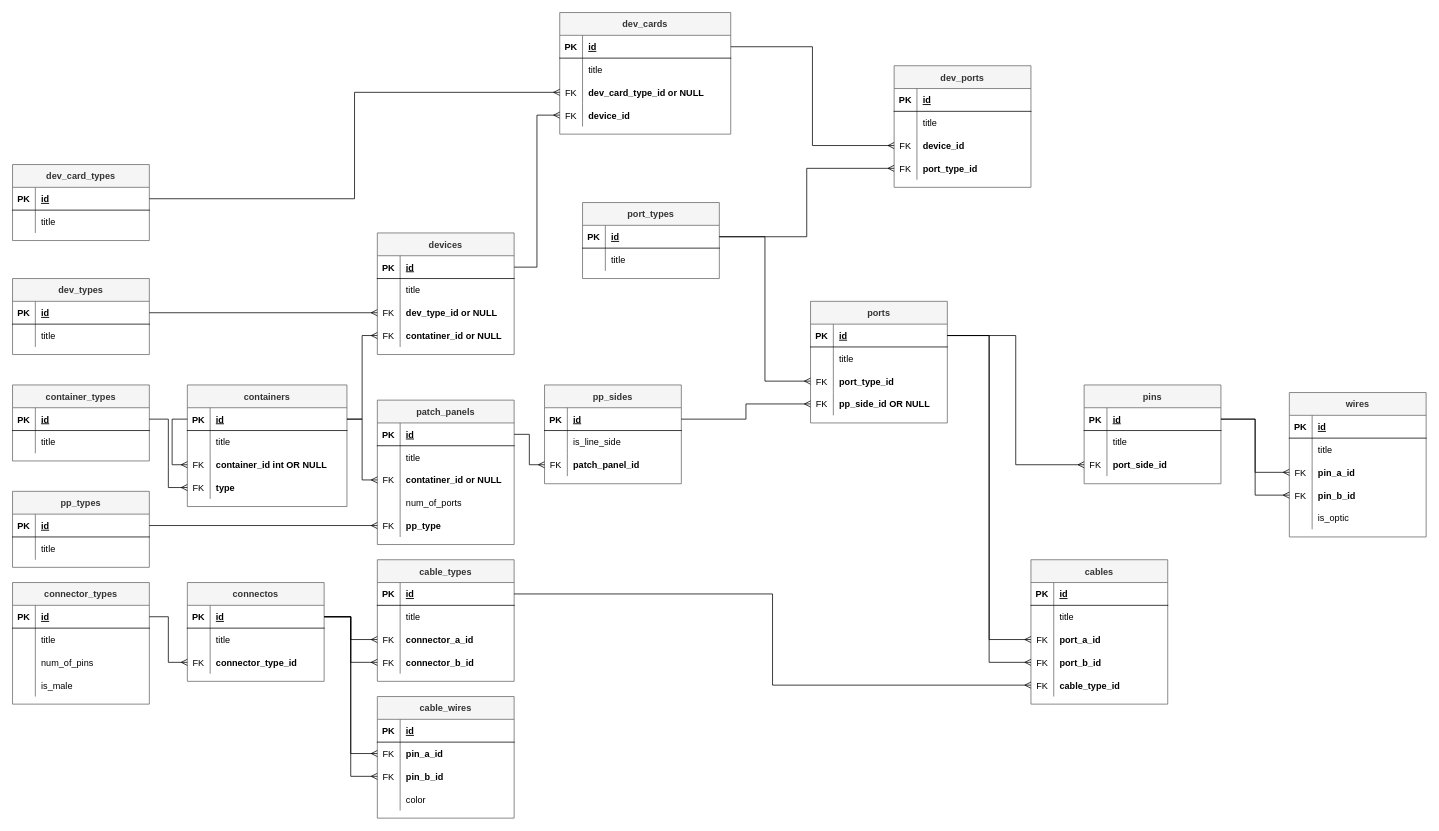
Zakharlik/CableSchedule keeps this draw.io diagram as ToDo/Db-Structure.drawio. Above is the earlier version. Source tidied: cells renumbered, new cells numbered last; positions are measured from the earlier drawing's top-left corner, leaving out a move shared by most shapes. Both pictures are drawn from the tidied source at 76%, with x=0, y=0 at pixel (12, 12).
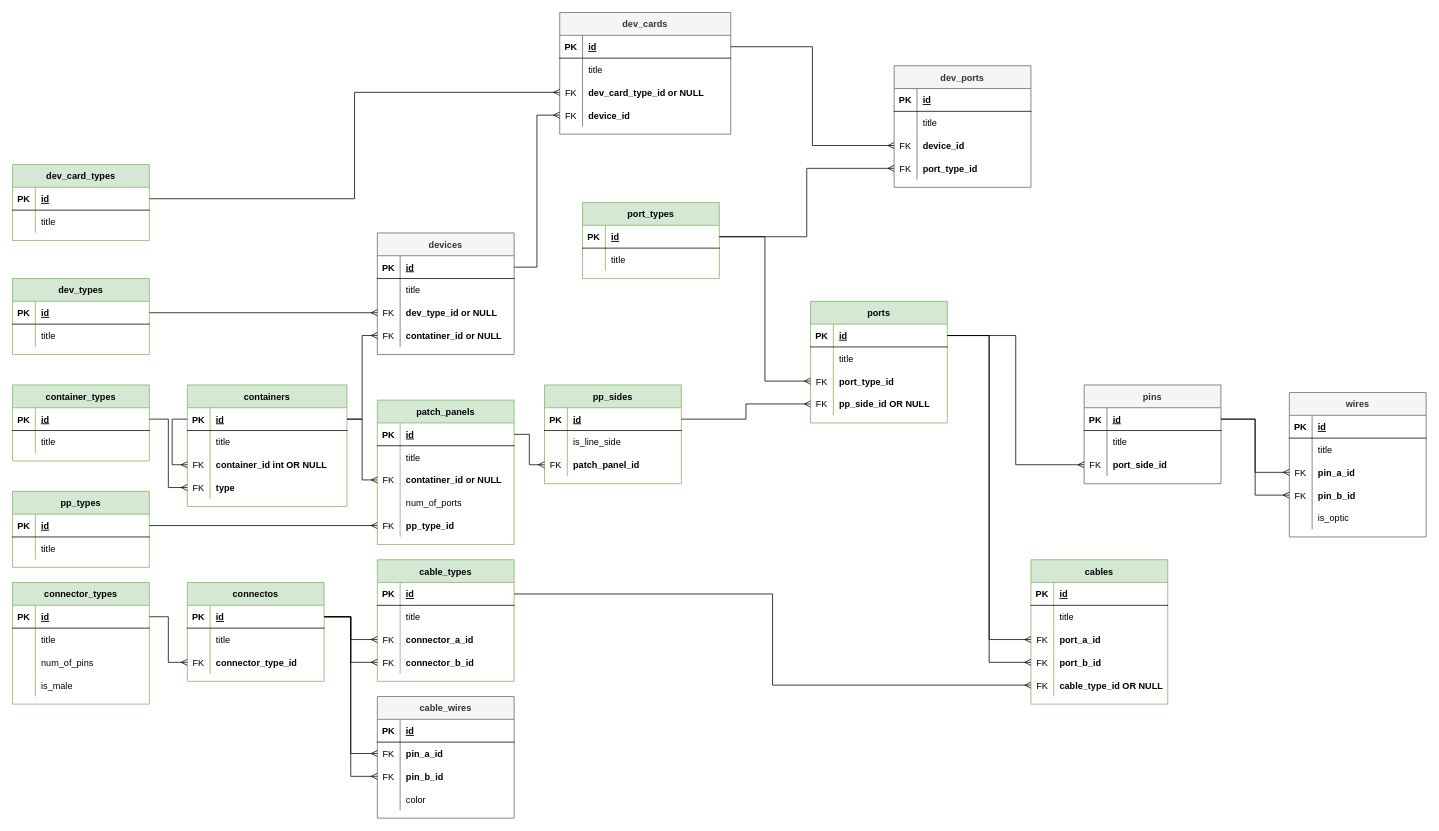
The same page after the edit.

Commit message:
Green some tables

The change refers to these unchanged cells:
```xml
<mxCell id="37" style="shape=tableRow;horizontal=0;startSize=0;swimlaneHead=0;swimlaneBody=0;fillColor=none;points=[[0,0.5],[1,0.5]];portConstraint=eastwest;top=0;left=0;right=0;bottom=0;" parent="24" vertex="1">
  <mxGeometry y="150" width="180" height="30" as="geometry" />
</mxCell>
<mxCell id="90" style="shape=tableRow;horizontal=0;startSize=0;swimlaneHead=0;swimlaneBody=0;fillColor=none;points=[[0,0.5],[1,0.5]];portConstraint=eastwest;top=0;left=0;right=0;bottom=0;" parent="77" vertex="1">
  <mxGeometry y="150" width="180" height="30" as="geometry" />
</mxCell>
```

The edit, as a diff of the source:
```diff
@@
-    <mxCell id="2" value="containers" style="shape=table;startSize=30;childLayout=tableLayout;rowLines=0;fontStyle=1;align=center;fillColor=#f5f5f5;strokeColor=#666666;fontColor=#333333;" parent="1" vertex="1">
+    <mxCell id="2" value="containers" style="shape=table;startSize=30;childLayout=tableLayout;rowLines=0;fontStyle=1;align=center;fillColor=#d5e8d4;strokeColor=#82b366;" parent="1" vertex="1">
       <mxGeometry x="230" y="490" width="210" height="160" as="geometry" />
     </mxCell>
@@
-    <mxCell id="16" value="container_types" style="shape=table;startSize=30;childLayout=tableLayout;rowLines=0;fontStyle=1;align=center;fillColor=#f5f5f5;strokeColor=#666666;fontColor=#333333;" parent="1" vertex="1">
+    <mxCell id="16" value="container_types" style="shape=table;startSize=30;childLayout=tableLayout;rowLines=0;fontStyle=1;align=center;fillColor=#d5e8d4;strokeColor=#82b366;" parent="1" vertex="1">
       <mxGeometry y="490" width="180" height="100" as="geometry" />
     </mxCell>
@@
-    <mxCell id="24" value="patch_panels" style="shape=table;startSize=30;childLayout=tableLayout;rowLines=0;fontStyle=1;align=center;fillColor=#f5f5f5;strokeColor=#666666;fontColor=#333333;" parent="1" vertex="1">
+    <mxCell id="24" value="patch_panels" style="shape=table;startSize=30;childLayout=tableLayout;rowLines=0;fontStyle=1;align=center;fillColor=#d5e8d4;strokeColor=#82b366;" parent="1" vertex="1">
       <mxGeometry x="480" y="510" width="180" height="190" as="geometry" />
     </mxCell>
@@
-    <mxCell id="39" value="pp_type" style="shape=partialRectangle;fillColor=none;top=0;left=0;bottom=0;right=0;align=left;spacingLeft=6;overflow=hidden;fontStyle=1;" parent="37" vertex="1">
+    <mxCell id="39" value="pp_type_id" style="shape=partialRectangle;fillColor=none;top=0;left=0;bottom=0;right=0;align=left;spacingLeft=6;overflow=hidden;fontStyle=1;" parent="37" vertex="1">
       <mxGeometry x="30" width="150" height="30" as="geometry" />
     </mxCell>
@@
-    <mxCell id="41" value="pp_sides" style="shape=table;startSize=30;childLayout=tableLayout;rowLines=0;fontStyle=1;align=center;fillColor=#f5f5f5;strokeColor=#666666;fontColor=#333333;" parent="1" vertex="1">
+    <mxCell id="41" value="pp_sides" style="shape=table;startSize=30;childLayout=tableLayout;rowLines=0;fontStyle=1;align=center;fillColor=#d5e8d4;strokeColor=#82b366;" parent="1" vertex="1">
       <mxGeometry x="700" y="490" width="180" height="130" as="geometry" />
     </mxCell>
@@
-    <mxCell id="52" value="ports" style="shape=table;startSize=30;childLayout=tableLayout;rowLines=0;fontStyle=1;align=center;fillColor=#f5f5f5;strokeColor=#666666;fontColor=#333333;" parent="1" vertex="1">
+    <mxCell id="52" value="ports" style="shape=table;startSize=30;childLayout=tableLayout;rowLines=0;fontStyle=1;align=center;fillColor=#d5e8d4;strokeColor=#82b366;" parent="1" vertex="1">
       <mxGeometry x="1050" y="380" width="180" height="160" as="geometry" />
     </mxCell>
@@
-    <mxCell id="77" value="cables" style="shape=table;startSize=30;childLayout=tableLayout;rowLines=0;fontStyle=1;align=center;fillColor=#f5f5f5;strokeColor=#666666;fontColor=#333333;" parent="1" vertex="1">
+    <mxCell id="77" value="cables" style="shape=table;startSize=30;childLayout=tableLayout;rowLines=0;fontStyle=1;align=center;fillColor=#d5e8d4;strokeColor=#82b366;" parent="1" vertex="1">
       <mxGeometry x="1340" y="720" width="180" height="190" as="geometry" />
     </mxCell>
@@
-    <mxCell id="92" value="cable_type_id" style="shape=partialRectangle;fillColor=none;top=0;left=0;bottom=0;right=0;align=left;spacingLeft=6;overflow=hidden;fontStyle=1;" parent="90" vertex="1">
+    <mxCell id="92" value="cable_type_id OR NULL" style="shape=partialRectangle;fillColor=none;top=0;left=0;bottom=0;right=0;align=left;spacingLeft=6;overflow=hidden;fontStyle=1;" parent="90" vertex="1">
       <mxGeometry x="30" width="150" height="30" as="geometry" />
     </mxCell>
@@
-    <mxCell id="95" value="cable_types" style="shape=table;startSize=30;childLayout=tableLayout;rowLines=0;fontStyle=1;align=center;fillColor=#f5f5f5;strokeColor=#666666;fontColor=#333333;" parent="1" vertex="1">
+    <mxCell id="95" value="cable_types" style="shape=table;startSize=30;childLayout=tableLayout;rowLines=0;fontStyle=1;align=center;fillColor=#d5e8d4;strokeColor=#82b366;" parent="1" vertex="1">
       <mxGeometry x="480" y="720" width="180" height="160" as="geometry" />
     </mxCell>
@@
-    <mxCell id="109" value="connector_types" style="shape=table;startSize=30;childLayout=tableLayout;rowLines=0;fontStyle=1;align=center;fillColor=#f5f5f5;strokeColor=#666666;fontColor=#333333;" parent="1" vertex="1">
+    <mxCell id="109" value="connector_types" style="shape=table;startSize=30;childLayout=tableLayout;rowLines=0;fontStyle=1;align=center;fillColor=#d5e8d4;strokeColor=#82b366;" parent="1" vertex="1">
       <mxGeometry y="750" width="180" height="160" as="geometry" />
     </mxCell>
@@
-    <mxCell id="155" value="connectos" style="shape=table;startSize=30;childLayout=tableLayout;rowLines=0;fontStyle=1;align=center;fillColor=#f5f5f5;strokeColor=#666666;fontColor=#333333;" parent="1" vertex="1">
+    <mxCell id="155" value="connectos" style="shape=table;startSize=30;childLayout=tableLayout;rowLines=0;fontStyle=1;align=center;fillColor=#d5e8d4;strokeColor=#82b366;" parent="1" vertex="1">
       <mxGeometry x="230" y="750" width="180" height="130" as="geometry" />
     </mxCell>
@@
-    <mxCell id="168" value="pp_types" style="shape=table;startSize=30;childLayout=tableLayout;rowLines=0;fontStyle=1;align=center;fillColor=#f5f5f5;strokeColor=#666666;fontColor=#333333;" parent="1" vertex="1">
+    <mxCell id="168" value="pp_types" style="shape=table;startSize=30;childLayout=tableLayout;rowLines=0;fontStyle=1;align=center;fillColor=#d5e8d4;strokeColor=#82b366;" parent="1" vertex="1">
       <mxGeometry y="630" width="180" height="100" as="geometry" />
     </mxCell>
@@
-    <mxCell id="190" value="dev_types" style="shape=table;startSize=30;childLayout=tableLayout;rowLines=0;fontStyle=1;align=center;fillColor=#f5f5f5;strokeColor=#666666;fontColor=#333333;" parent="1" vertex="1">
+    <mxCell id="190" value="dev_types" style="shape=table;startSize=30;childLayout=tableLayout;rowLines=0;fontStyle=1;align=center;fillColor=#d5e8d4;strokeColor=#82b366;" parent="1" vertex="1">
       <mxGeometry y="350" width="180" height="100" as="geometry" />
     </mxCell>
@@
-    <mxCell id="211" value="port_types" style="shape=table;startSize=30;childLayout=tableLayout;rowLines=0;fontStyle=1;align=center;fillColor=#f5f5f5;strokeColor=#666666;fontColor=#333333;" parent="1" vertex="1">
+    <mxCell id="211" value="port_types" style="shape=table;startSize=30;childLayout=tableLayout;rowLines=0;fontStyle=1;align=center;fillColor=#d5e8d4;strokeColor=#82b366;" parent="1" vertex="1">
       <mxGeometry x="750" y="250" width="180" height="100" as="geometry" />
     </mxCell>
@@
-    <mxCell id="233" value="dev_card_types" style="shape=table;startSize=30;childLayout=tableLayout;rowLines=0;fontStyle=1;align=center;fillColor=#f5f5f5;strokeColor=#666666;fontColor=#333333;" parent="1" vertex="1">
+    <mxCell id="233" value="dev_card_types" style="shape=table;startSize=30;childLayout=tableLayout;rowLines=0;fontStyle=1;align=center;fillColor=#d5e8d4;strokeColor=#82b366;" parent="1" vertex="1">
       <mxGeometry y="200" width="180" height="100" as="geometry" />
     </mxCell>
```
